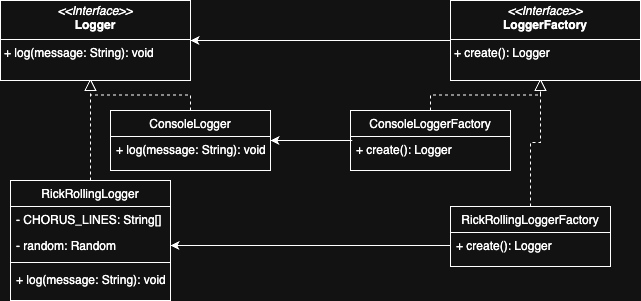
This is Assignments/Assignment02/factory-pattern.png from odinellefsen/design-patterns, a draw.io export, as it was before one commit. Source tidied: cells renumbered, new cells last; positions are measured from the earlier drawing's top-left corner, leaving out a move shared by most shapes.
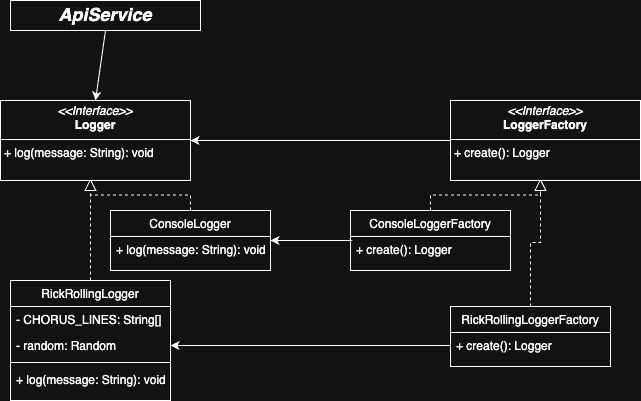
Above is the later version.

Commit message:
updated class diagram a little

Diff of the diagram source:
```diff
@@ -70,5 +70,11 @@
     <mxCell id="21" style="endArrow=classic;html=1;rounded=0;entryX=1;entryY=0.5;entryDx=0;entryDy=0;exitX=0;exitY=0.5;exitDx=0;exitDy=0;" parent="1" edge="1" source="16" target="4">
       <mxGeometry relative="1" as="geometry" />
     </mxCell>
+    <mxCell id="22" value="&lt;h2 style=&quot;margin:0px;margin-top:4px;text-align:center;&quot;&gt;&lt;i&gt;ApiService&lt;/i&gt;&lt;/h2&gt;" style="verticalAlign=top;align=left;overflow=fill;html=1;whiteSpace=wrap;" parent="1" vertex="1">
+      <mxGeometry x="10" y="-100" width="190" height="30" as="geometry" />
+    </mxCell>
+    <mxCell id="23" style="endArrow=classic;html=1;rounded=0;exitX=0.5;exitY=1;exitDx=0;exitDy=0;entryX=0.5;entryY=0;entryDx=0;entryDy=0;" parent="1" edge="1" source="22" target="11">
+      <mxGeometry relative="1" as="geometry" />
+    </mxCell>
   </root>
 </mxGraphModel>
```
